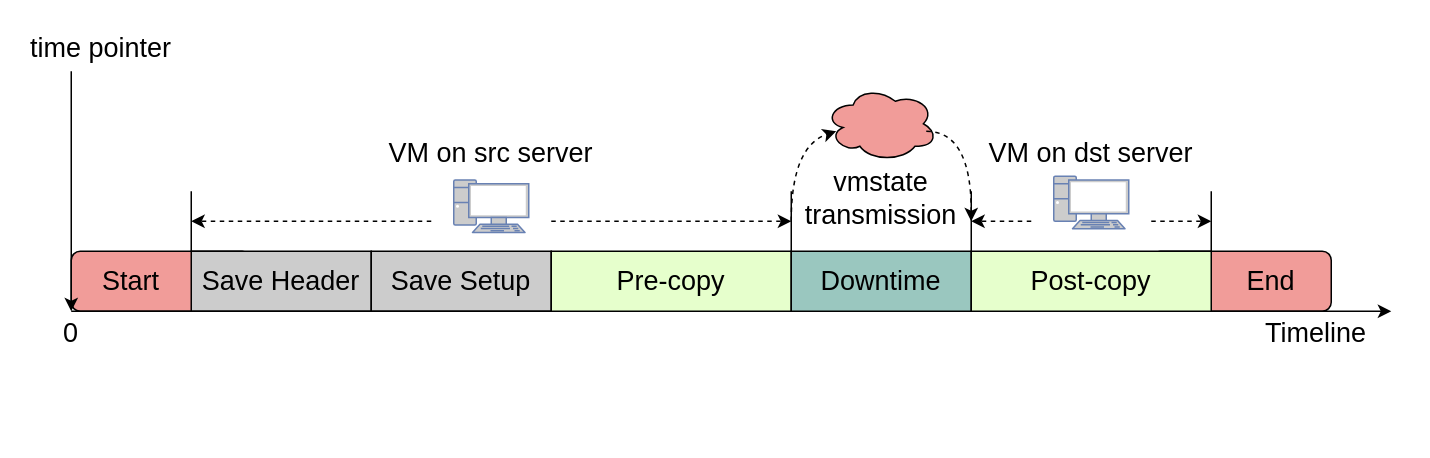
xuyizhe1999/drawio keeps this draw.io diagram as qemu-migration/postcopy timeline full.drawio. Above is the earlier version. Source tidied: cells renumbered, new cells numbered last; positions are measured from the earlier drawing's top-left corner, leaving out a move shared by most shapes. Both pictures are drawn from the tidied source at 150%, with x=0, y=0 at pixel (26, 26).
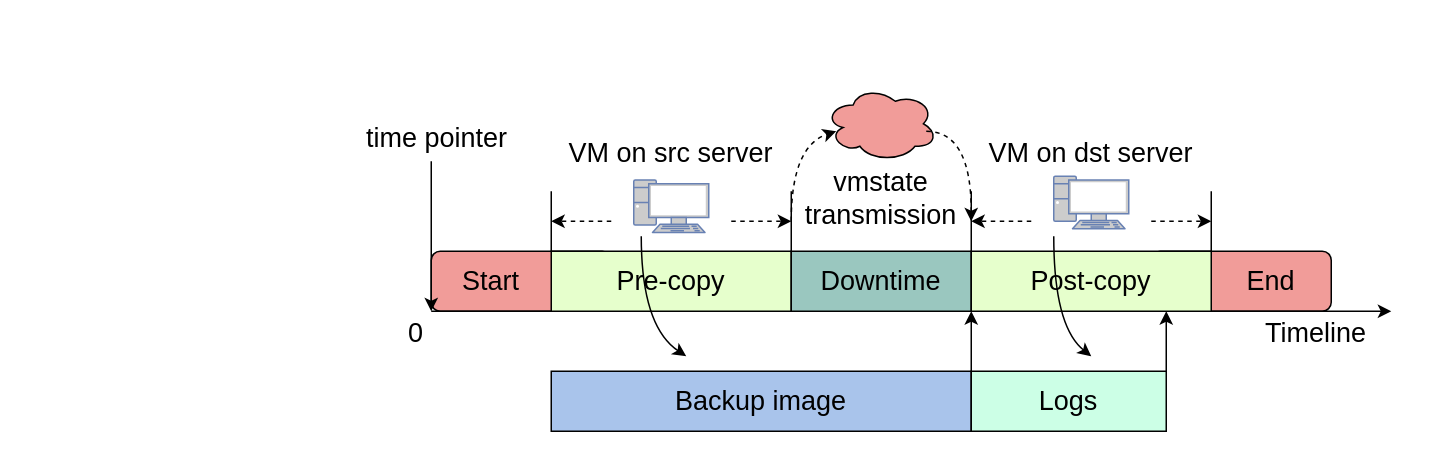
After the change.

Unchanged cells that the change refers to:
```xml
<mxCell id="8" value="Pre-copy" style="rounded=0;whiteSpace=wrap;html=1;fontSize=18;fillColor=#E6FFCC;" parent="1" vertex="1">
  <mxGeometry x="350" y="150" width="160" height="40" as="geometry" />
</mxCell>
```

Change to the diagram source:
```diff
@@
     <mxCell id="3" style="rounded=1;whiteSpace=wrap;html=1;fillColor=#F19C99;" parent="1" vertex="1">
-      <mxGeometry x="30" y="150" width="120" height="40" as="geometry" />
+      <mxGeometry x="270" y="150" width="120" height="40" as="geometry" />
     </mxCell>
     <mxCell id="4" value="&lt;font style=&quot;font-size: 18px;&quot;&gt;Start&lt;/font&gt;" style="text;html=1;strokeColor=none;fillColor=none;align=center;verticalAlign=middle;whiteSpace=wrap;rounded=0;" parent="1" vertex="1">
-      <mxGeometry x="40" y="155" width="60" height="30" as="geometry" />
+      <mxGeometry x="280" y="155" width="60" height="30" as="geometry" />
     </mxCell>
-    <mxCell id="5" value="Save Header" style="rounded=0;whiteSpace=wrap;html=1;fontSize=18;fillColor=#CCCCCC;" parent="1" vertex="1">
-      <mxGeometry x="110" y="150" width="120" height="40" as="geometry" />
-    </mxCell>
-    <mxCell id="6" value="Save Setup" style="rounded=0;whiteSpace=wrap;html=1;fontSize=18;fillColor=#CCCCCC;" parent="1" vertex="1">
-      <mxGeometry x="230" y="150" width="120" height="40" as="geometry" />
-    </mxCell>
     <mxCell id="7" style="endArrow=classic;html=1;rounded=0;fontSize=18;" parent="1" edge="1">
       <mxGeometry relative="1" as="geometry">
-        <mxPoint x="30" y="190" as="sourcePoint" />
+        <mxPoint x="270" y="190" as="sourcePoint" />
         <mxPoint x="910" y="190" as="targetPoint" />
       </mxGeometry>
     </mxCell>
@@
     <mxCell id="13" style="fontColor=#0066CC;verticalAlign=top;verticalLabelPosition=bottom;labelPosition=center;align=center;html=1;fillColor=#CCCCCC;strokeColor=#6881B3;gradientColor=none;gradientDirection=north;strokeWidth=2;shape=mxgraph.networks.pc;fontSize=18;" parent="1" vertex="1">
-      <mxGeometry x="285" y="102.5" width="50" height="35" as="geometry" />
+      <mxGeometry x="405" y="102.5" width="50" height="35" as="geometry" />
     </mxCell>
-    <mxCell id="14" style="endArrow=none;html=1;rounded=0;fontSize=18;" parent="1" edge="1">
+    <mxCell id="14" style="endArrow=none;html=1;rounded=0;fontSize=18;exitX=0;exitY=0;exitDx=0;exitDy=0;" parent="1" edge="1" source="8">
       <mxGeometry relative="1" as="geometry">
-        <mxPoint x="110" y="150" as="sourcePoint" />
-        <mxPoint x="110" y="110" as="targetPoint" />
+        <mxPoint x="350" y="110" as="targetPoint" />
       </mxGeometry>
     </mxCell>
@@
     <mxCell id="16" value="VM on src server" style="text;html=1;strokeColor=none;fillColor=none;align=center;verticalAlign=middle;whiteSpace=wrap;rounded=0;fontSize=18;" parent="1" vertex="1">
-      <mxGeometry x="230" y="70" width="160" height="30" as="geometry" />
+      <mxGeometry x="350" y="70" width="160" height="30" as="geometry" />
     </mxCell>
     <mxCell id="17" style="endArrow=classic;html=1;rounded=0;fontSize=18;dashed=1;" parent="1" edge="1">
       <mxGeometry relative="1" as="geometry">
-        <mxPoint x="270" y="130" as="sourcePoint" />
-        <mxPoint x="110" y="130" as="targetPoint" />
+        <mxPoint x="390" y="130" as="sourcePoint" />
+        <mxPoint x="350" y="130" as="targetPoint" />
       </mxGeometry>
     </mxCell>
     <mxCell id="18" style="endArrow=classic;html=1;rounded=0;fontSize=18;dashed=1;" parent="1" edge="1">
       <mxGeometry relative="1" as="geometry">
-        <mxPoint x="350" y="130" as="sourcePoint" />
+        <mxPoint x="470" y="130" as="sourcePoint" />
         <mxPoint x="510" y="130" as="targetPoint" />
       </mxGeometry>
     </mxCell>
@@
     <mxCell id="29" value="&lt;font style=&quot;font-size: 18px;&quot;&gt;0&lt;/font&gt;" style="text;html=1;strokeColor=none;fillColor=none;align=center;verticalAlign=middle;whiteSpace=wrap;rounded=0;" parent="1" vertex="1">
-      <mxGeometry y="190" width="60" height="30" as="geometry" />
+      <mxGeometry x="230" y="190" width="60" height="30" as="geometry" />
     </mxCell>
     <mxCell id="30" value="time pointer" style="text;html=1;strokeColor=none;fillColor=none;align=center;verticalAlign=middle;whiteSpace=wrap;rounded=0;fontSize=18;" parent="1" vertex="1">
-      <mxGeometry width="100" height="30" as="geometry" />
+      <mxGeometry x="224" y="60" width="100" height="30" as="geometry" />
     </mxCell>
     <mxCell id="31" style="endArrow=classic;html=1;rounded=0;fontSize=18;entryX=0;entryY=1;entryDx=0;entryDy=0;" parent="1" edge="1" target="3">
       <mxGeometry relative="1" as="geometry">
-        <mxPoint x="30" y="30" as="sourcePoint" />
+        <mxPoint x="270" y="90" as="sourcePoint" />
       </mxGeometry>
     </mxCell>
+    <mxCell id="32" style="edgeStyle=orthogonalEdgeStyle;rounded=0;jettySize=auto;html=1;exitX=1;exitY=0;exitDx=0;exitDy=0;" parent="1" edge="1" source="33">
+      <mxGeometry relative="1" as="geometry">
+        <mxPoint x="630" y="190" as="targetPoint" />
+      </mxGeometry>
+    </mxCell>
+    <mxCell id="33" value="&lt;font style=&quot;font-size: 18px;&quot;&gt;Backup image&lt;/font&gt;" style="rounded=0;whiteSpace=wrap;html=1;fillColor=#A9C4EB;" parent="1" vertex="1">
+      <mxGeometry x="350" y="230" width="280" height="40" as="geometry" />
+    </mxCell>
+    <mxCell id="34" style="curved=1;endArrow=classic;html=1;rounded=0;fontSize=18;" parent="1" edge="1">
+      <mxGeometry relative="1" as="geometry">
+        <mxPoint x="410" y="140" as="sourcePoint" />
+        <mxPoint x="440" y="220" as="targetPoint" />
+        <Array as="points">
+          <mxPoint x="410" y="200" />
+        </Array>
+      </mxGeometry>
+    </mxCell>
+    <mxCell id="35" style="edgeStyle=orthogonalEdgeStyle;rounded=0;jettySize=auto;html=1;exitX=1;exitY=0;exitDx=0;exitDy=0;fontSize=18;" parent="1" edge="1" source="36">
+      <mxGeometry relative="1" as="geometry">
+        <mxPoint x="760" y="190" as="targetPoint" />
+      </mxGeometry>
+    </mxCell>
+    <mxCell id="36" value="Logs" style="rounded=0;whiteSpace=wrap;html=1;fontSize=18;fillColor=#CCFFE6;" parent="1" vertex="1">
+      <mxGeometry x="630" y="230" width="130" height="40" as="geometry" />
+    </mxCell>
+    <mxCell id="37" style="curved=1;endArrow=classic;html=1;rounded=0;fontSize=18;" parent="1" edge="1">
+      <mxGeometry relative="1" as="geometry">
+        <mxPoint x="685" y="140" as="sourcePoint" />
+        <mxPoint x="710" y="220" as="targetPoint" />
+        <Array as="points">
+          <mxPoint x="685" y="200" />
+        </Array>
+      </mxGeometry>
+    </mxCell>
```
